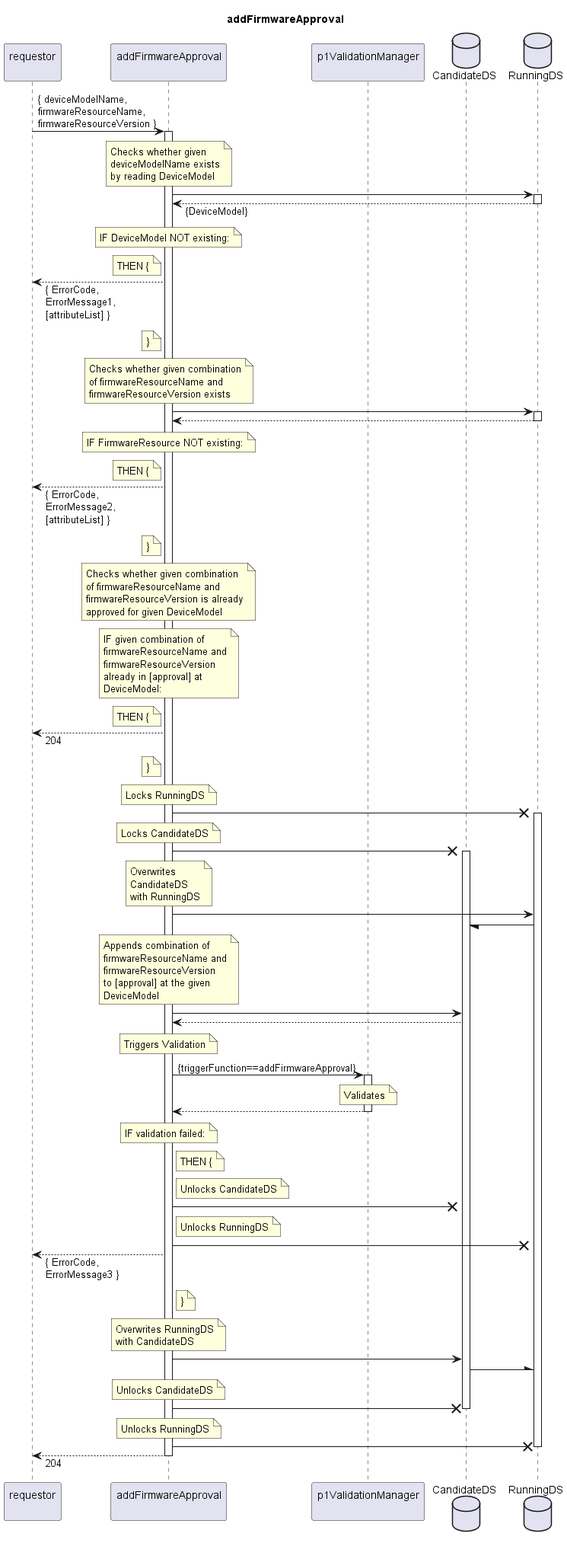
openBackhaul/FirmWareManager keeps this PlantUML diagram as spec/Services/addFirmwareApproval/1.0.0/addFirmwareApproval.png. Above is the earlier version.
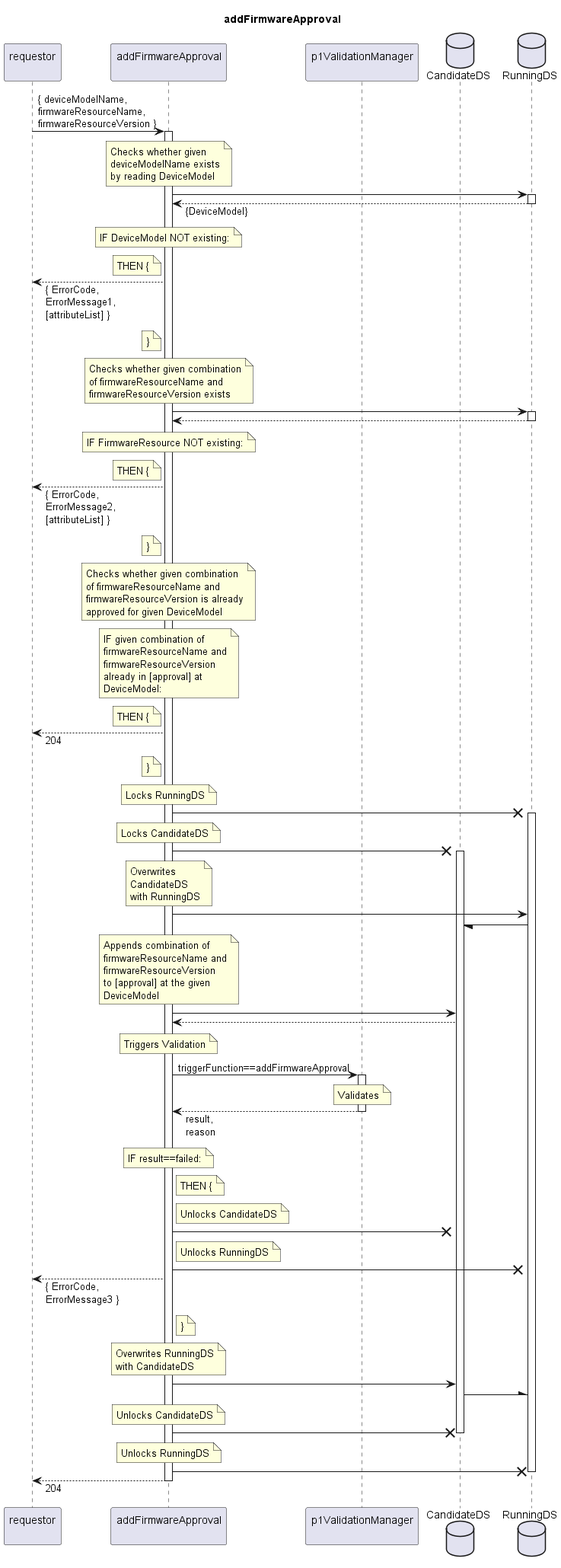
After the commit.

Change to the diagram source:
```diff
@@ -106,15 +106,15 @@
   note over indServ
     Triggers Validation
   end note
-  indServ -> valiMan: {triggerFunction==addFirmwareApproval}
+  indServ -> valiMan: triggerFunction==addFirmwareApproval
   activate valiMan
     note over valiMan
       Validates
     end note
-  indServ <-- valiMan
+  indServ <-- valiMan: result,\nreason
   deactivate valiMan
   note over indServ
-    IF validation failed:
+    IF result==failed:
   end note
   note right indServ
     THEN {
```
